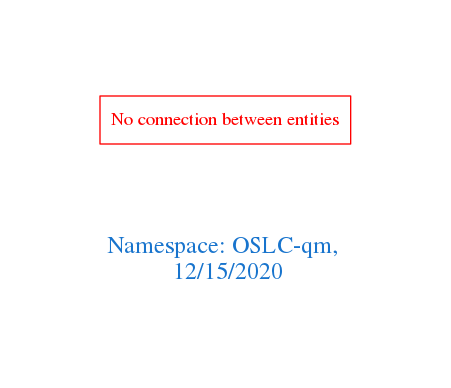
arago/OGIT keeps this Graphviz diagram as downloads/OSLC-qm.png. Above is the earlier version. Its source is kept beside it as downloads/OSLC-qm.dot.
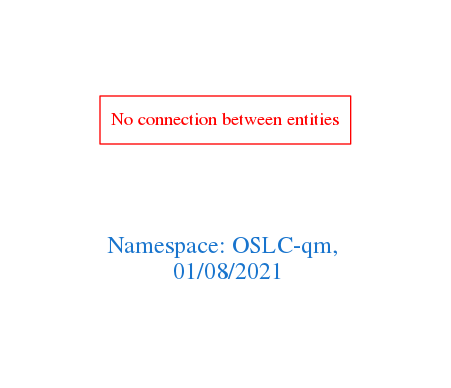
The same diagram one commit later.

Change to the diagram source:
```diff
@@ -1,7 +1,7 @@
 digraph OGIT_ontology {
  graph [ rankdir= LR,pad=1
 fontsize = 18,
-fontcolor= dodgerblue3,label = "\n\n\nNamespace: OSLC-qm, \n 12/15/2020"];
+fontcolor= dodgerblue3,label = "\n\n\nNamespace: OSLC-qm, \n 01/08/2021"];
 node[shape=polygon];
 edge [  color="gray81"];
 
```
